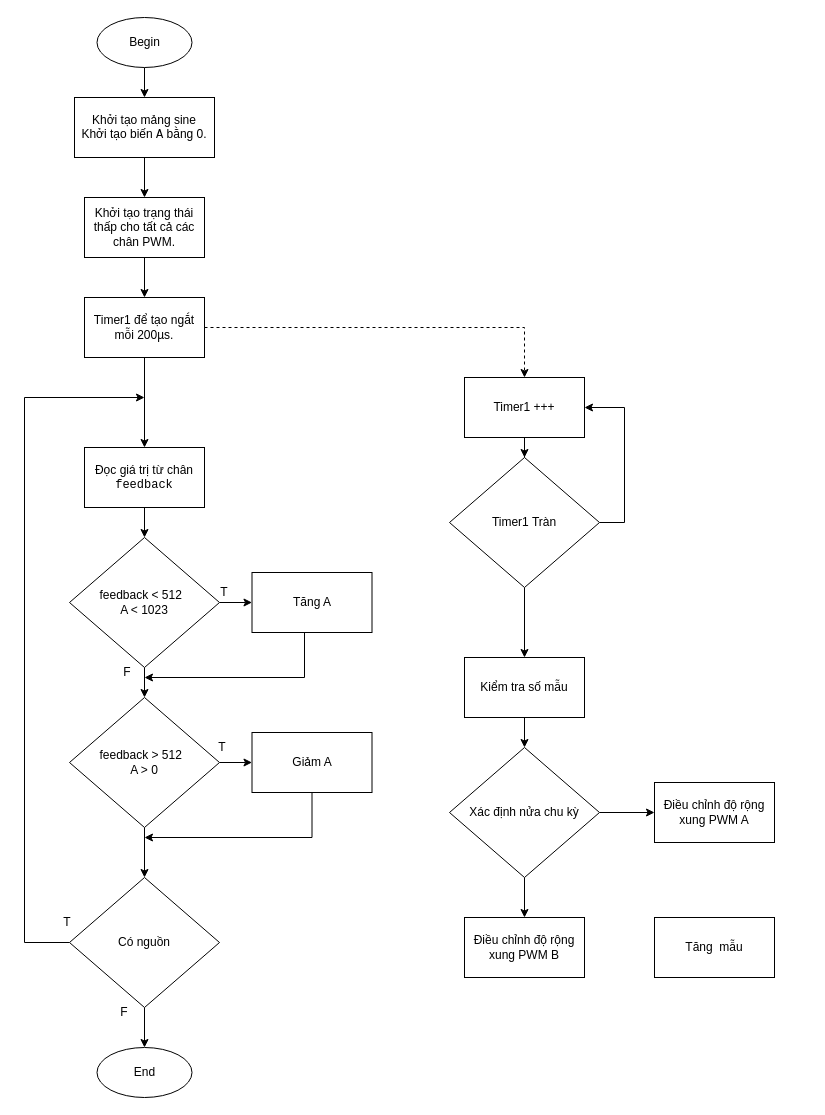
Above: doan2/luudo.drawio in zijipia/ArduinoCpp (draw.io), before the change. Source tidied: cells renumbered, new cells numbered last; positions are measured from the earlier drawing's top-left corner, leaving out a move shared by most shapes. Both pictures are drawn from the tidied source at 100%, with x=0, y=0 at pixel (24, 17).
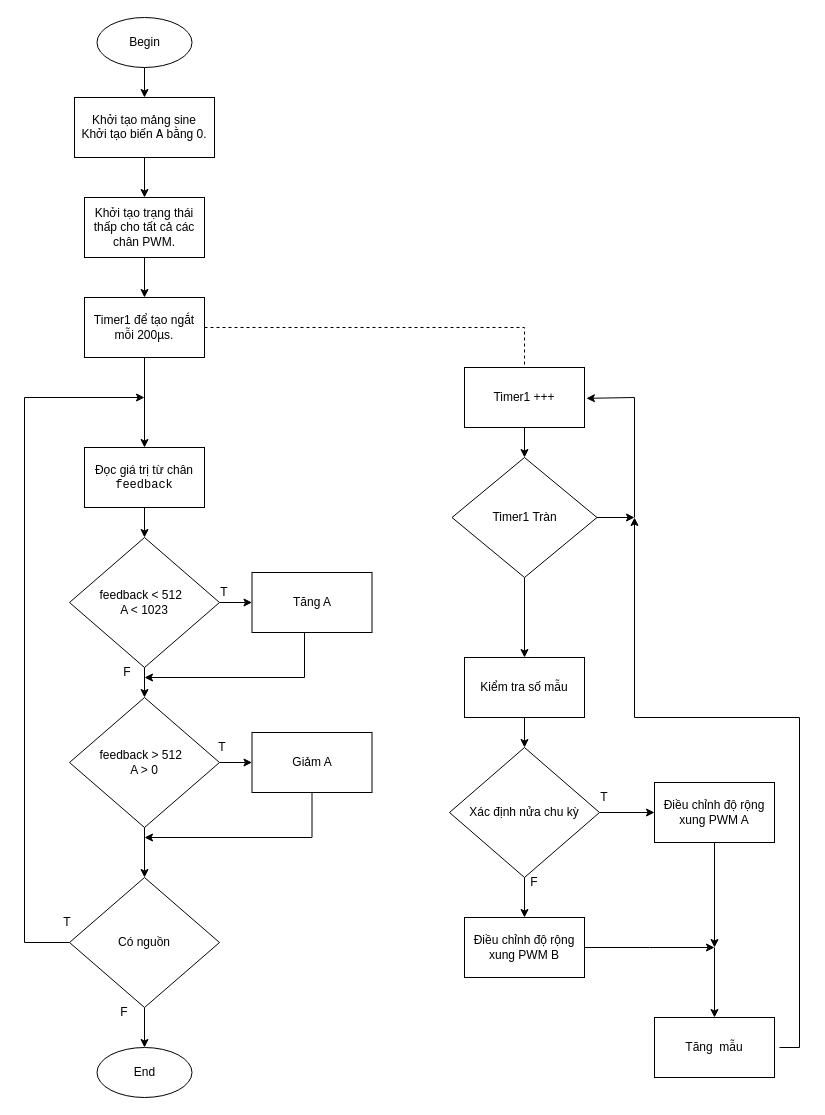
After the change.

Unchanged cells that the change refers to:
```xml
<mxCell id="42" value="Điều chỉnh độ rộng xung PWM B" style="rounded=0;whiteSpace=wrap;html=1;" parent="1" vertex="1">
  <mxGeometry x="440" y="900" width="120" height="60" as="geometry" />
</mxCell>
<mxCell id="43" value="Điều chỉnh độ rộng xung PWM A" style="rounded=0;whiteSpace=wrap;html=1;" parent="1" vertex="1">
  <mxGeometry x="630" y="765" width="120" height="60" as="geometry" />
</mxCell>
```

Change to the diagram source:
```diff
@@
     <mxCell id="33" value="Timer1 +++" style="rounded=0;whiteSpace=wrap;html=1;" parent="1" vertex="1">
-      <mxGeometry x="440" y="360" width="120" height="60" as="geometry" />
+      <mxGeometry x="440" y="350" width="120" height="60" as="geometry" />
     </mxCell>
-    <mxCell id="34" style="edgeStyle=orthogonalEdgeStyle;rounded=0;jettySize=auto;html=1;entryX=1;entryY=0.5;entryDx=0;entryDy=0;" parent="1" edge="1" source="36" target="33">
-      <mxGeometry relative="1" as="geometry">
-        <Array as="points">
-          <mxPoint x="600" y="505" />
-          <mxPoint x="600" y="390" />
-        </Array>
-      </mxGeometry>
-    </mxCell>
@@
+    <mxCell id="45" style="edgeStyle=orthogonalEdgeStyle;rounded=0;jettySize=auto;html=1;" parent="1" edge="1" source="36">
+      <mxGeometry relative="1" as="geometry">
+        <mxPoint x="610" y="500" as="targetPoint" />
+      </mxGeometry>
+    </mxCell>
     <mxCell id="36" value="Timer1 Tràn" style="rhombus;whiteSpace=wrap;html=1;" parent="1" vertex="1">
-      <mxGeometry x="425" y="440" width="150" height="130" as="geometry" />
+      <mxGeometry x="427.5" y="440" width="145" height="120" as="geometry" />
     </mxCell>
@@
+    <mxCell id="46" style="edgeStyle=orthogonalEdgeStyle;rounded=0;jettySize=auto;html=1;" parent="1" edge="1" source="42">
+      <mxGeometry relative="1" as="geometry">
+        <mxPoint x="690" y="930" as="targetPoint" />
+      </mxGeometry>
+    </mxCell>
@@
+    <mxCell id="47" style="edgeStyle=orthogonalEdgeStyle;rounded=0;jettySize=auto;html=1;" parent="1" edge="1" source="43">
+      <mxGeometry relative="1" as="geometry">
+        <mxPoint x="690" y="930" as="targetPoint" />
+      </mxGeometry>
+    </mxCell>
@@
+    <mxCell id="48" style="edgeStyle=orthogonalEdgeStyle;rounded=0;orthogonalLoop=1;jettySize=auto;html=1;exitX=1;exitY=0.5;exitDx=0;exitDy=0;" parent="1" edge="1">
+      <mxGeometry relative="1" as="geometry">
+        <mxPoint x="755" y="1030" as="sourcePoint" />
+        <mxPoint x="610" y="500" as="targetPoint" />
+        <Array as="points">
+          <mxPoint x="775" y="1030" />
+          <mxPoint x="775" y="700" />
+          <mxPoint x="610" y="700" />
+        </Array>
+      </mxGeometry>
+    </mxCell>
     <mxCell id="44" value="Tăng&amp;nbsp;&amp;nbsp;mẫu" style="rounded=0;whiteSpace=wrap;html=1;" parent="1" vertex="1">
-      <mxGeometry x="630" y="900" width="120" height="60" as="geometry" />
+      <mxGeometry x="630" y="1000" width="120" height="60" as="geometry" />
     </mxCell>
+    <mxCell id="49" style="endArrow=classic;html=1;rounded=0;entryX=0.5;entryY=0;entryDx=0;entryDy=0;" parent="1" edge="1" target="44">
+      <mxGeometry relative="1" as="geometry">
+        <mxPoint x="690" y="930" as="sourcePoint" />
+      </mxGeometry>
+    </mxCell>
+    <mxCell id="50" style="endArrow=classic;html=1;rounded=0;entryX=1.016;entryY=0.514;entryDx=0;entryDy=0;entryPerimeter=0;" parent="1" edge="1" target="33">
+      <mxGeometry relative="1" as="geometry">
+        <mxPoint x="610" y="500" as="sourcePoint" />
+        <Array as="points">
+          <mxPoint x="610" y="380" />
+        </Array>
+      </mxGeometry>
+    </mxCell>
+    <mxCell id="51" value="T" style="text;html=1;align=center;verticalAlign=middle;whiteSpace=wrap;rounded=0;" parent="1" vertex="1">
+      <mxGeometry x="550" y="765" width="60" height="30" as="geometry" />
+    </mxCell>
+    <mxCell id="52" value="F" style="text;html=1;align=center;verticalAlign=middle;whiteSpace=wrap;rounded=0;" parent="1" vertex="1">
+      <mxGeometry x="480" y="850" width="60" height="30" as="geometry" />
+    </mxCell>
```
